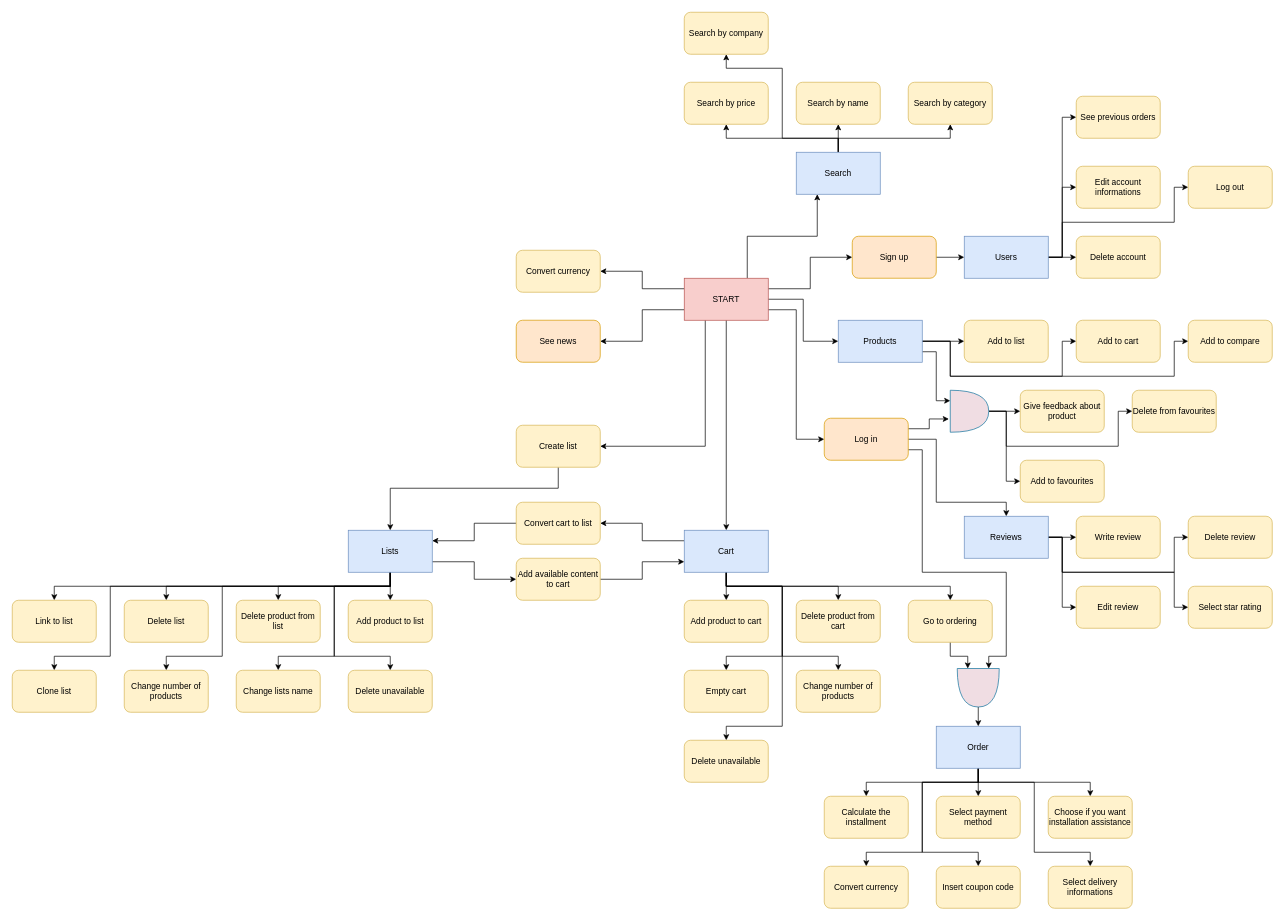
Rumi152/X-KOMdb keeps this draw.io diagram as Documentation/DrawioFiles/functionalitiesSchema.drawio. Above is the earlier version. Source tidied: cells renumbered, new cells numbered last; positions are measured from the earlier drawing's top-left corner, leaving out a move shared by most shapes. Both pictures are drawn from the tidied source at 70%, with x=0, y=0 at pixel (12, 12).
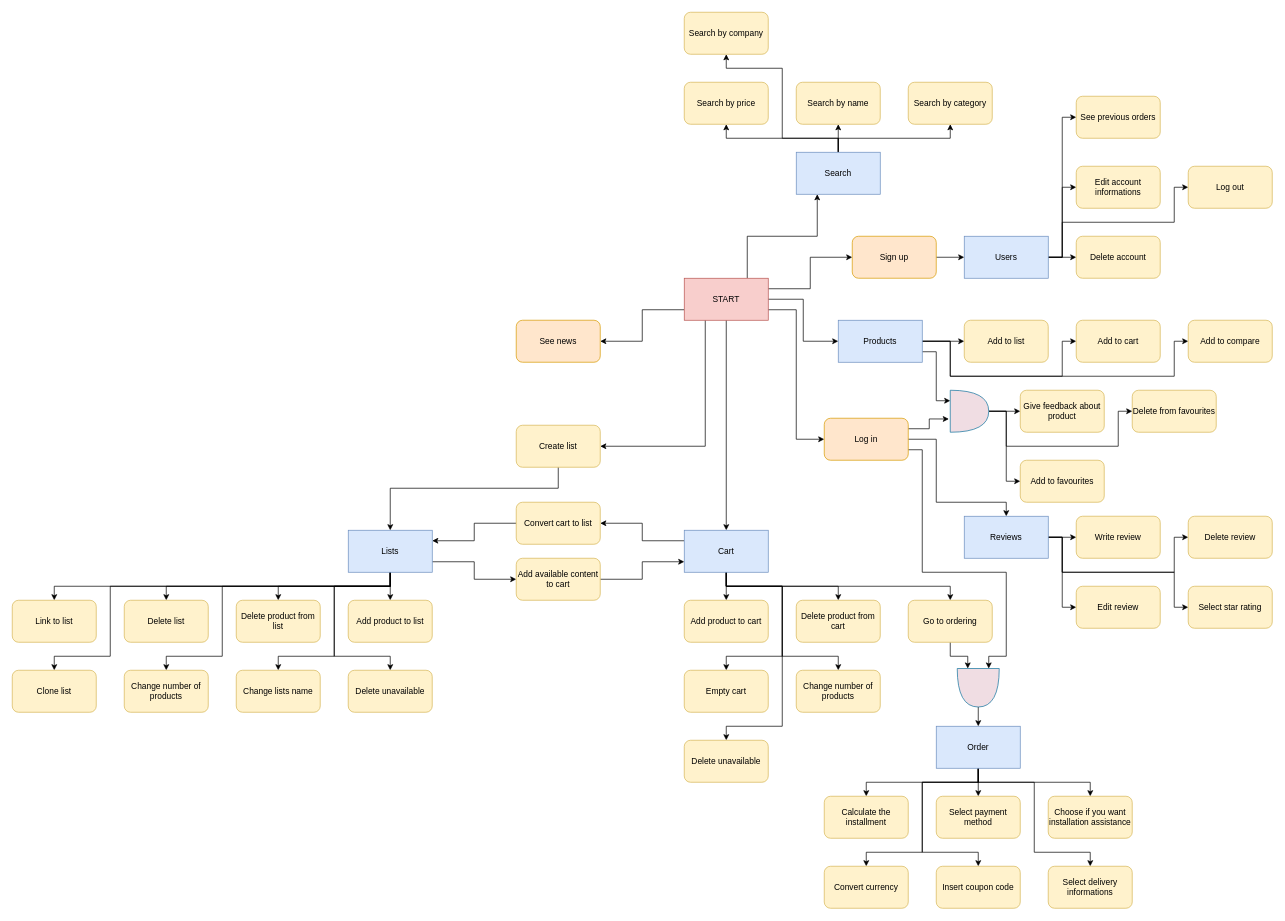
Above is the later version.

Commit message:
deleted convert curreny from Start

Unchanged cells that the change refers to:
```xml
<mxCell id="10" value="START" style="rounded=0;whiteSpace=wrap;html=1;fillColor=#f8cecc;strokeColor=#b85450;fontColor=#000000;" parent="1" vertex="1">
  <mxGeometry x="960" y="380" width="120" height="60" as="geometry" />
</mxCell>
```

Diff of the diagram source:
```diff
@@
-    <mxCell id="9" style="edgeStyle=orthogonalEdgeStyle;rounded=0;jettySize=auto;html=1;exitX=0;exitY=0.25;exitDx=0;exitDy=0;entryX=1;entryY=0.5;entryDx=0;entryDy=0;fontFamily=Helvetica;fontSize=12;fontColor=#000000;" parent="1" edge="1" source="10" target="113">
-      <mxGeometry relative="1" as="geometry" />
-    </mxCell>
@@
-    <mxCell id="113" value="Convert currency" style="rounded=1;whiteSpace=wrap;html=1;strokeColor=#d6b656;fontFamily=Helvetica;fontSize=12;fontColor=#000000;fillColor=#fff2cc;" parent="1" vertex="1">
-      <mxGeometry x="720" y="340" width="120" height="60" as="geometry" />
-    </mxCell>
```
